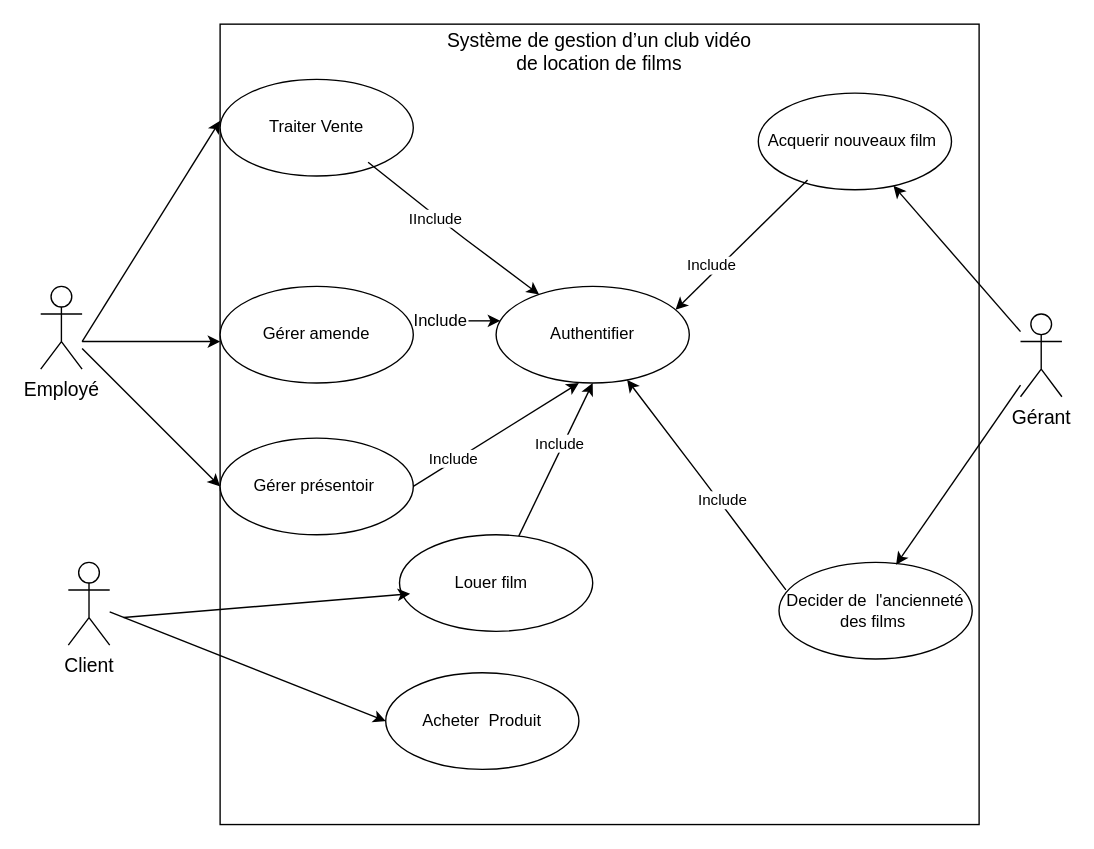
djunibert/CV2 keeps this draw.io diagram as Untitled Diagram.drawio. Above is the earlier version. Source tidied: cells renumbered, new cells numbered last; positions are measured from the earlier drawing's top-left corner, leaving out a move shared by most shapes. Both pictures are drawn from the tidied source at 138%, with x=0, y=0 at pixel (40, 23).
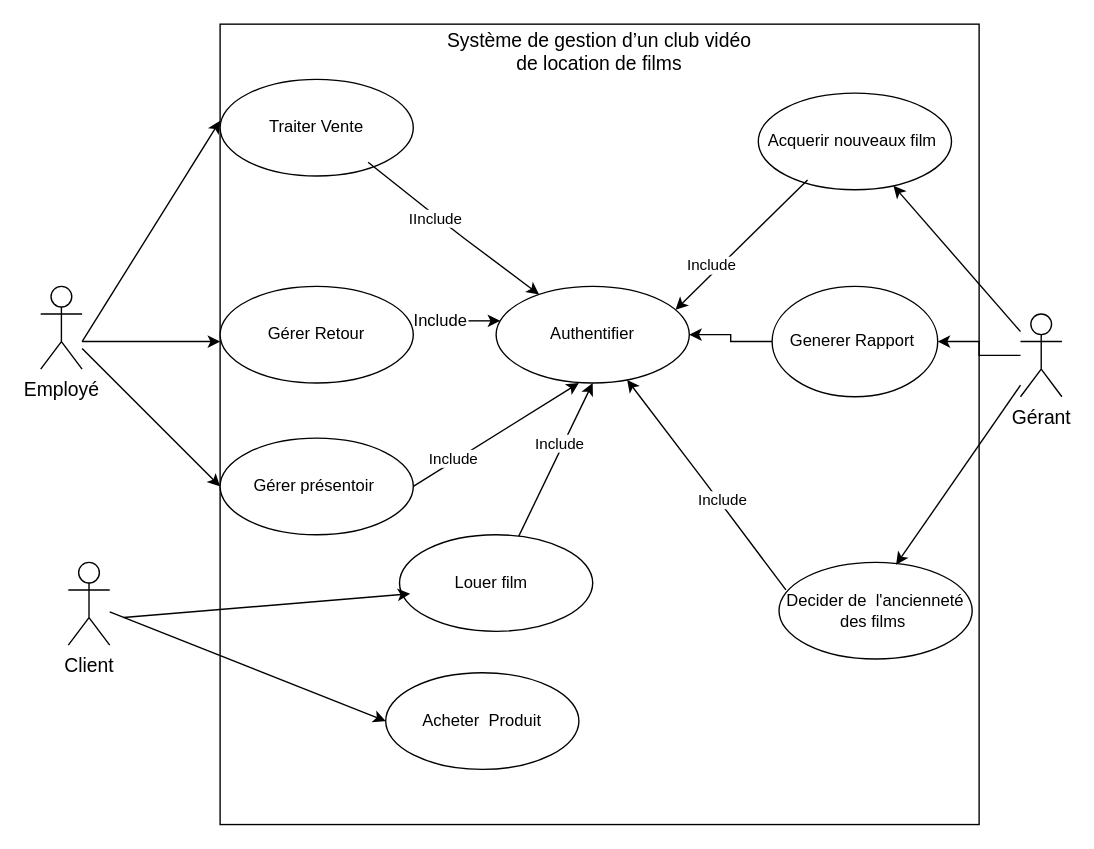
Above is the later version.

The change refers to these unchanged cells:
```xml
<mxCell id="7" value="Authentifier" style="ellipse;whiteSpace=wrap;html=1;" parent="1" vertex="1">
  <mxGeometry x="330" y="190" width="140" height="70" as="geometry" />
</mxCell>
<mxCell id="20" value="&lt;span style=&quot;font-size: 14px&quot;&gt;Gérant&lt;/span&gt;" style="shape=umlActor;verticalLabelPosition=bottom;verticalAlign=top;html=1;outlineConnect=0;" parent="1" vertex="1">
  <mxGeometry x="710" y="210" width="30" height="60" as="geometry" />
</mxCell>
```

Diff of the diagram source:
```diff
@@
-    <mxCell id="5" value="Gérer amende" style="ellipse;whiteSpace=wrap;html=1;" parent="1" vertex="1">
+    <mxCell id="5" value="Gérer Retour" style="ellipse;whiteSpace=wrap;html=1;" parent="1" vertex="1">
       <mxGeometry x="130" y="190" width="140" height="70" as="geometry" />
     </mxCell>
@@
+    <mxCell id="34" style="edgeStyle=orthogonalEdgeStyle;rounded=0;jettySize=auto;html=1;" parent="1" edge="1" source="20" target="36">
+      <mxGeometry relative="1" as="geometry" />
+    </mxCell>
@@
+    <mxCell id="35" style="edgeStyle=orthogonalEdgeStyle;rounded=0;jettySize=auto;html=1;" parent="1" edge="1" source="36" target="7">
+      <mxGeometry relative="1" as="geometry" />
+    </mxCell>
+    <mxCell id="36" value="Generer Rapport&amp;nbsp;" style="ellipse;whiteSpace=wrap;html=1;" parent="1" vertex="1">
+      <mxGeometry x="530" y="190" width="120" height="80" as="geometry" />
+    </mxCell>
```
